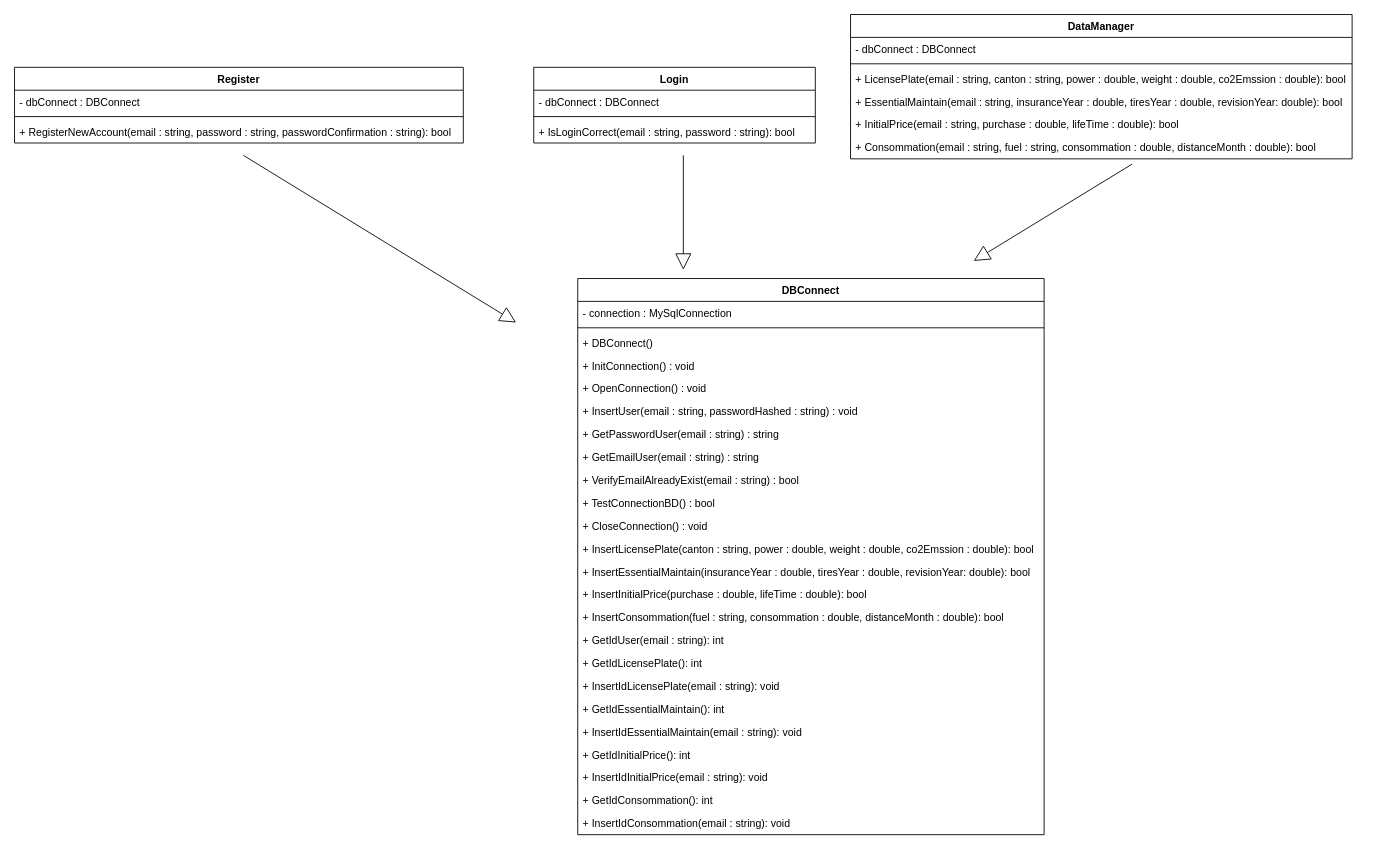
Before: Documentation/Sprint1/diagrammeClasse.drawio in ThomasCPNV/CcubeProject, a draw.io diagram. Source tidied: cells renumbered, new cells numbered last; positions are measured from the earlier drawing's top-left corner, leaving out a move shared by most shapes. Both pictures are drawn from the tidied source at 88%, with x=0, y=0 at pixel (14, 14).
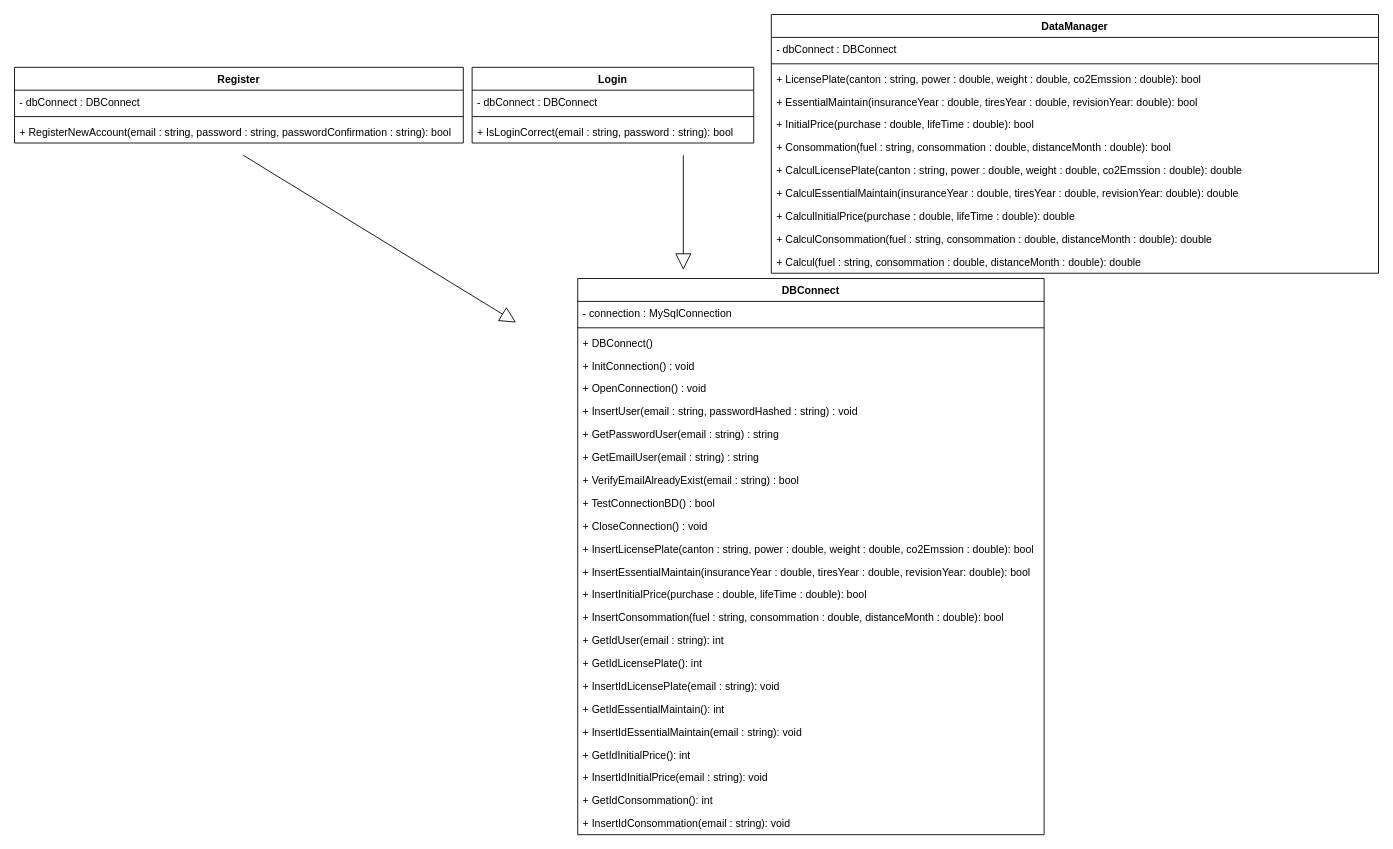
The same page after the edit.

Commit message (it also covers changes not shown here):
correction calcul fuel price

What changed in the source:
```diff
@@
     <mxCell id="6" value="Login" style="swimlane;fontStyle=1;align=center;verticalAlign=top;horizontal=1;startSize=26;" parent="1" vertex="1">
-      <mxGeometry x="590" y="60" width="320" height="86" as="geometry" />
+      <mxGeometry x="520" y="60" width="320" height="86" as="geometry" />
     </mxCell>
@@
     <mxCell id="10" value="DataManager" style="swimlane;fontStyle=1;align=center;verticalAlign=top;horizontal=1;startSize=26;" parent="1" vertex="1">
-      <mxGeometry x="950" width="570" height="164" as="geometry" />
+      <mxGeometry x="860" width="690" height="294" as="geometry" />
     </mxCell>
     <mxCell id="11" value="- dbConnect : DBConnect" style="text;strokeColor=none;fillColor=none;align=left;verticalAlign=top;spacingLeft=4;spacingRight=4;overflow=hidden;" parent="10" vertex="1">
-      <mxGeometry y="26" width="570" height="26" as="geometry" />
+      <mxGeometry y="26" width="690" height="26" as="geometry" />
     </mxCell>
     <mxCell id="12" style="line;strokeWidth=1;fillColor=none;align=left;verticalAlign=middle;spacingTop=-1;spacingLeft=3;spacingRight=3;labelPosition=right;" parent="10" vertex="1">
-      <mxGeometry y="52" width="570" height="8" as="geometry" />
+      <mxGeometry y="52" width="690" height="8" as="geometry" />
     </mxCell>
-    <mxCell id="13" value="+ LicensePlate(email : string, canton : string, power : double, weight : double, co2Emssion : double): bool" style="text;strokeColor=none;fillColor=none;align=left;verticalAlign=top;spacingLeft=4;spacingRight=4;overflow=hidden;" parent="10" vertex="1">
-      <mxGeometry y="60" width="570" height="26" as="geometry" />
+    <mxCell id="13" value="+ LicensePlate(canton : string, power : double, weight : double, co2Emssion : double): bool" style="text;strokeColor=none;fillColor=none;align=left;verticalAlign=top;spacingLeft=4;spacingRight=4;overflow=hidden;" parent="10" vertex="1">
+      <mxGeometry y="60" width="690" height="26" as="geometry" />
     </mxCell>
-    <mxCell id="14" value="+ EssentialMaintain(email : string, insuranceYear : double, tiresYear : double, revisionYear: double): bool" style="text;strokeColor=none;fillColor=none;align=left;verticalAlign=top;spacingLeft=4;spacingRight=4;overflow=hidden;" parent="10" vertex="1">
-      <mxGeometry y="86" width="570" height="26" as="geometry" />
+    <mxCell id="14" value="+ EssentialMaintain(insuranceYear : double, tiresYear : double, revisionYear: double): bool" style="text;strokeColor=none;fillColor=none;align=left;verticalAlign=top;spacingLeft=4;spacingRight=4;overflow=hidden;" parent="10" vertex="1">
+      <mxGeometry y="86" width="690" height="26" as="geometry" />
     </mxCell>
-    <mxCell id="15" value="+ InitialPrice(email : string, purchase : double, lifeTime : double): bool" style="text;strokeColor=none;fillColor=none;align=left;verticalAlign=top;spacingLeft=4;spacingRight=4;overflow=hidden;" parent="10" vertex="1">
-      <mxGeometry y="112" width="570" height="26" as="geometry" />
+    <mxCell id="15" value="+ InitialPrice(purchase : double, lifeTime : double): bool" style="text;strokeColor=none;fillColor=none;align=left;verticalAlign=top;spacingLeft=4;spacingRight=4;overflow=hidden;" parent="10" vertex="1">
+      <mxGeometry y="112" width="690" height="26" as="geometry" />
     </mxCell>
-    <mxCell id="16" value="+ Consommation(email : string, fuel : string, consommation : double, distanceMonth : double): bool" style="text;strokeColor=none;fillColor=none;align=left;verticalAlign=top;spacingLeft=4;spacingRight=4;overflow=hidden;" parent="10" vertex="1">
-      <mxGeometry y="138" width="570" height="26" as="geometry" />
+    <mxCell id="16" value="+ Consommation(fuel : string, consommation : double, distanceMonth : double): bool" style="text;strokeColor=none;fillColor=none;align=left;verticalAlign=top;spacingLeft=4;spacingRight=4;overflow=hidden;" parent="10" vertex="1">
+      <mxGeometry y="138" width="690" height="26" as="geometry" />
     </mxCell>
+    <mxCell id="45" value="+ CalculLicensePlate(canton : string, power : double, weight : double, co2Emssion : double): double" style="text;strokeColor=none;fillColor=none;align=left;verticalAlign=top;spacingLeft=4;spacingRight=4;overflow=hidden;" parent="10" vertex="1">
+      <mxGeometry y="164" width="690" height="26" as="geometry" />
+    </mxCell>
+    <mxCell id="46" value="+ CalculEssentialMaintain(insuranceYear : double, tiresYear : double, revisionYear: double): double" style="text;strokeColor=none;fillColor=none;align=left;verticalAlign=top;spacingLeft=4;spacingRight=4;overflow=hidden;" parent="10" vertex="1">
+      <mxGeometry y="190" width="690" height="26" as="geometry" />
+    </mxCell>
+    <mxCell id="47" value="+ CalculInitialPrice(purchase : double, lifeTime : double): double" style="text;strokeColor=none;fillColor=none;align=left;verticalAlign=top;spacingLeft=4;spacingRight=4;overflow=hidden;" parent="10" vertex="1">
+      <mxGeometry y="216" width="690" height="26" as="geometry" />
+    </mxCell>
+    <mxCell id="48" value="+ CalculConsommation(fuel : string, consommation : double, distanceMonth : double): double" style="text;strokeColor=none;fillColor=none;align=left;verticalAlign=top;spacingLeft=4;spacingRight=4;overflow=hidden;" parent="10" vertex="1">
+      <mxGeometry y="242" width="690" height="26" as="geometry" />
+    </mxCell>
+    <mxCell id="49" value="+ Calcul(fuel : string, consommation : double, distanceMonth : double): double" style="text;strokeColor=none;fillColor=none;align=left;verticalAlign=top;spacingLeft=4;spacingRight=4;overflow=hidden;" parent="10" vertex="1">
+      <mxGeometry y="268" width="690" height="26" as="geometry" />
+    </mxCell>
@@
-    <mxCell id="44" style="endArrow=block;endSize=16;endFill=0;html=1;" parent="1" edge="1">
-      <mxGeometry relative="1" as="geometry">
-        <mxPoint x="1270" y="170" as="sourcePoint" />
-        <mxPoint x="1090" y="280" as="targetPoint" />
-      </mxGeometry>
-    </mxCell>
```
